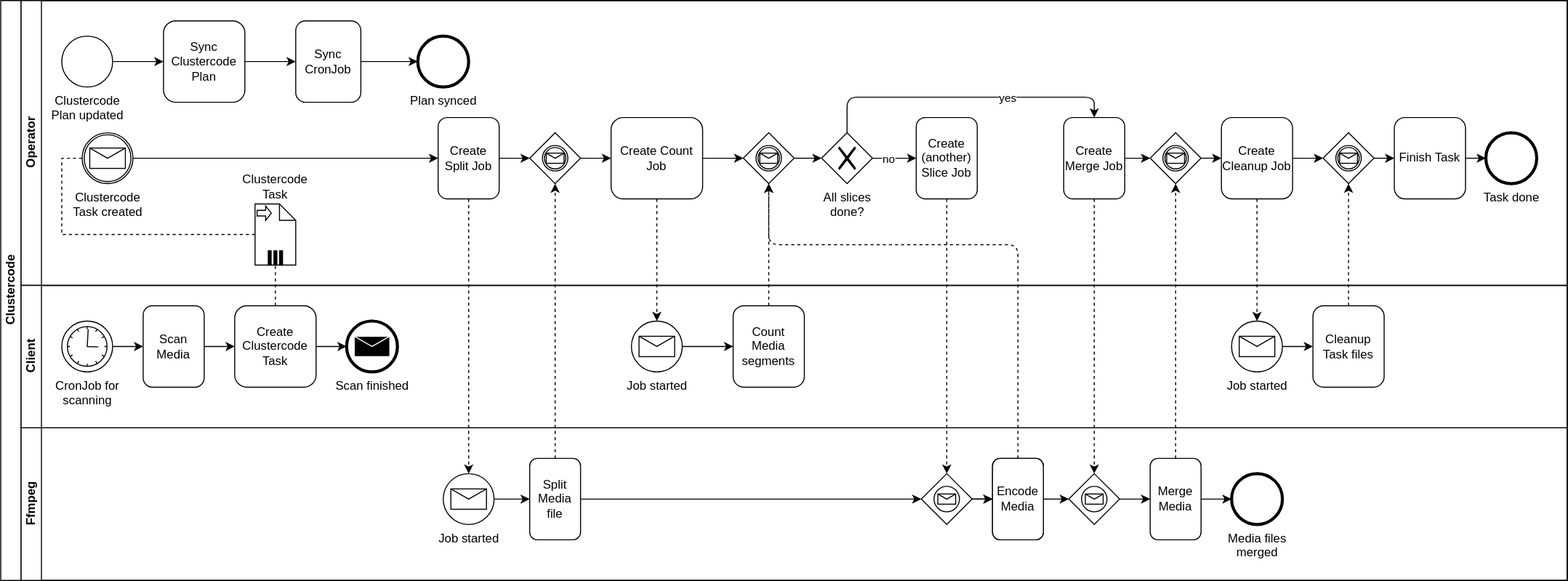
Above: clustercode/_images/clustercode-process.drawio.svg in ccremer/clustercode-docs (draw.io), before the change. Source tidied: cells renumbered, new cells last; positions are measured from the earlier drawing's top-left corner, leaving out a move shared by most shapes.
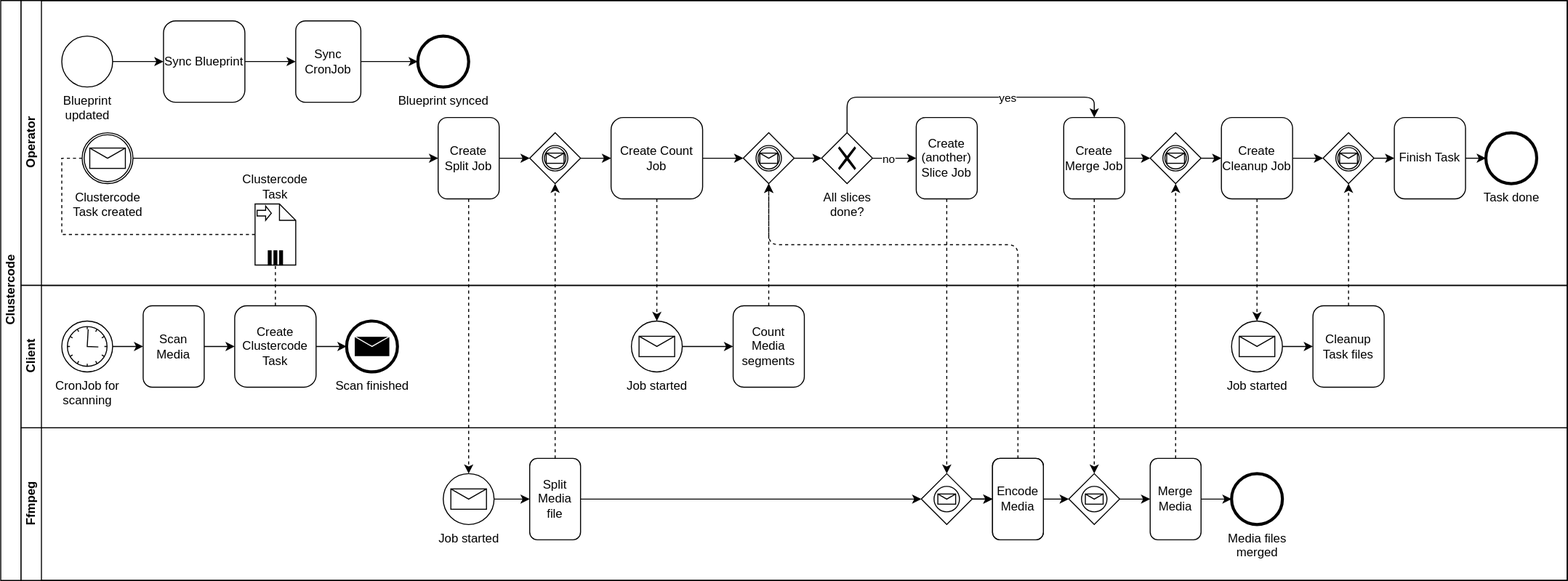
The same diagram one commit later.

The edit, as a diff of the source:
```diff
@@ -11,16 +11,16 @@
     <mxCell id="4" style="edgeStyle=orthogonalEdgeStyle;rounded=0;jettySize=auto;html=1;exitX=1;exitY=0.5;exitDx=0;exitDy=0;entryX=0;entryY=0.5;entryDx=0;entryDy=0;" parent="3" edge="1" source="5" target="7">
       <mxGeometry relative="1" as="geometry" />
     </mxCell>
-    <mxCell id="5" value="&lt;div&gt;Clustercode&lt;/div&gt;&lt;div&gt;Plan updated&lt;br&gt;&lt;/div&gt;" style="shape=mxgraph.bpmn.shape;html=1;verticalLabelPosition=bottom;labelBackgroundColor=#ffffff;verticalAlign=top;align=center;perimeter=ellipsePerimeter;outlineConnect=0;outline=standard;symbol=general;" parent="3" vertex="1">
+    <mxCell id="5" value="&lt;div&gt;Blueprint&lt;/div&gt;&lt;div&gt;updated&lt;/div&gt;" style="shape=mxgraph.bpmn.shape;html=1;verticalLabelPosition=bottom;labelBackgroundColor=#ffffff;verticalAlign=top;align=center;perimeter=ellipsePerimeter;outlineConnect=0;outline=standard;symbol=general;" parent="3" vertex="1">
       <mxGeometry x="40" y="35" width="50" height="50" as="geometry" />
     </mxCell>
     <mxCell id="6" style="edgeStyle=orthogonalEdgeStyle;rounded=0;jettySize=auto;html=1;exitX=1;exitY=0.5;exitDx=0;exitDy=0;entryX=0;entryY=0.5;entryDx=0;entryDy=0;" parent="3" edge="1" source="7" target="14">
       <mxGeometry relative="1" as="geometry" />
     </mxCell>
-    <mxCell id="7" value="&lt;div&gt;Sync Clustercode&lt;br&gt;&lt;/div&gt;&lt;div&gt;Plan&lt;br&gt;&lt;/div&gt;" style="shape=ext;rounded=1;html=1;whiteSpace=wrap;" parent="3" vertex="1">
+    <mxCell id="7" value="&lt;div&gt;Sync Blueprint&lt;/div&gt;" style="shape=ext;rounded=1;html=1;whiteSpace=wrap;" parent="3" vertex="1">
       <mxGeometry x="140" y="20" width="80" height="80" as="geometry" />
     </mxCell>
-    <mxCell id="8" value="Plan synced" style="shape=mxgraph.bpmn.shape;html=1;verticalLabelPosition=bottom;labelBackgroundColor=#ffffff;verticalAlign=top;align=center;perimeter=ellipsePerimeter;outlineConnect=0;outline=end;symbol=general;" parent="3" vertex="1">
+    <mxCell id="8" value="Blueprint synced" style="shape=mxgraph.bpmn.shape;html=1;verticalLabelPosition=bottom;labelBackgroundColor=#ffffff;verticalAlign=top;align=center;perimeter=ellipsePerimeter;outlineConnect=0;outline=end;symbol=general;" parent="3" vertex="1">
       <mxGeometry x="390" y="35" width="50" height="50" as="geometry" />
     </mxCell>
     <mxCell id="9" style="rounded=0;jettySize=auto;html=1;exitX=0;exitY=0.5;exitDx=0;exitDy=0;exitPerimeter=0;entryX=0;entryY=0.5;entryDx=0;entryDy=0;edgeStyle=orthogonalEdgeStyle;endArrow=none;endFill=0;dashed=1;" parent="3" edge="1" source="10" target="16">
```
